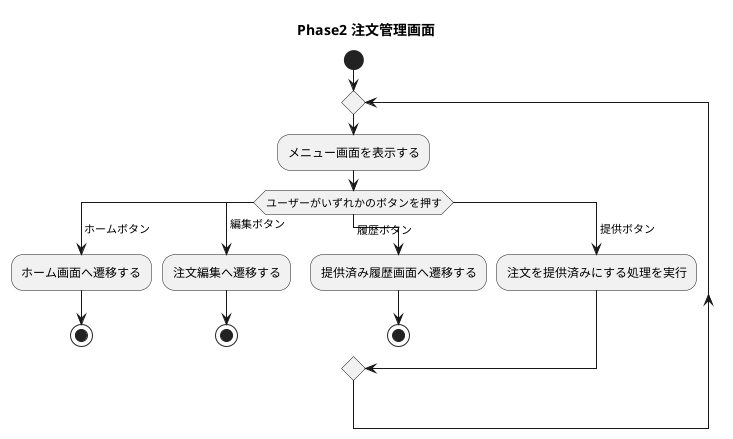
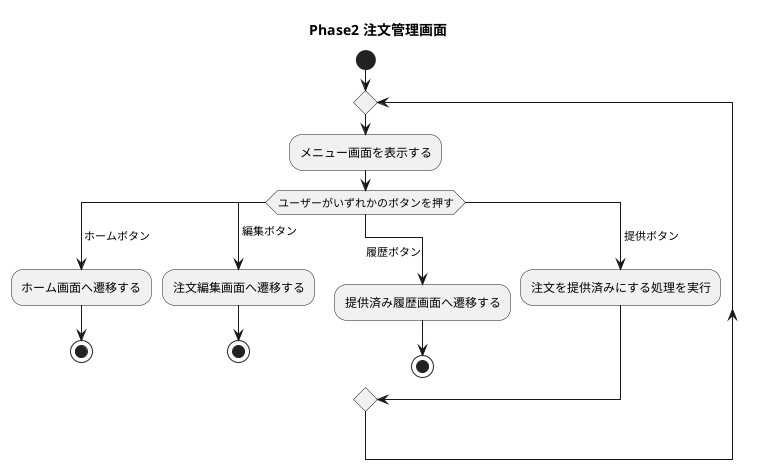
@startuml

title Phase2 注文管理画面
skinparam defaulttextalignment center

start

repeat
  :メニュー画面を表示する;

  switch (ユーザーがいずれかのボタンを押す)
  case ( ホームボタン )
    :ホーム画面へ遷移する;
    stop
  case ( 編集ボタン )
-     :注文編集へ遷移する;
+     :注文編集画面へ遷移する;
    stop
-   case ( 履歴ボタン )
+   case (\n履歴ボタン )
    :提供済み履歴画面へ遷移する;
    stop
  case ( 提供ボタン )
    :注文を提供済みにする処理を実行;
  endswitch
@enduml
